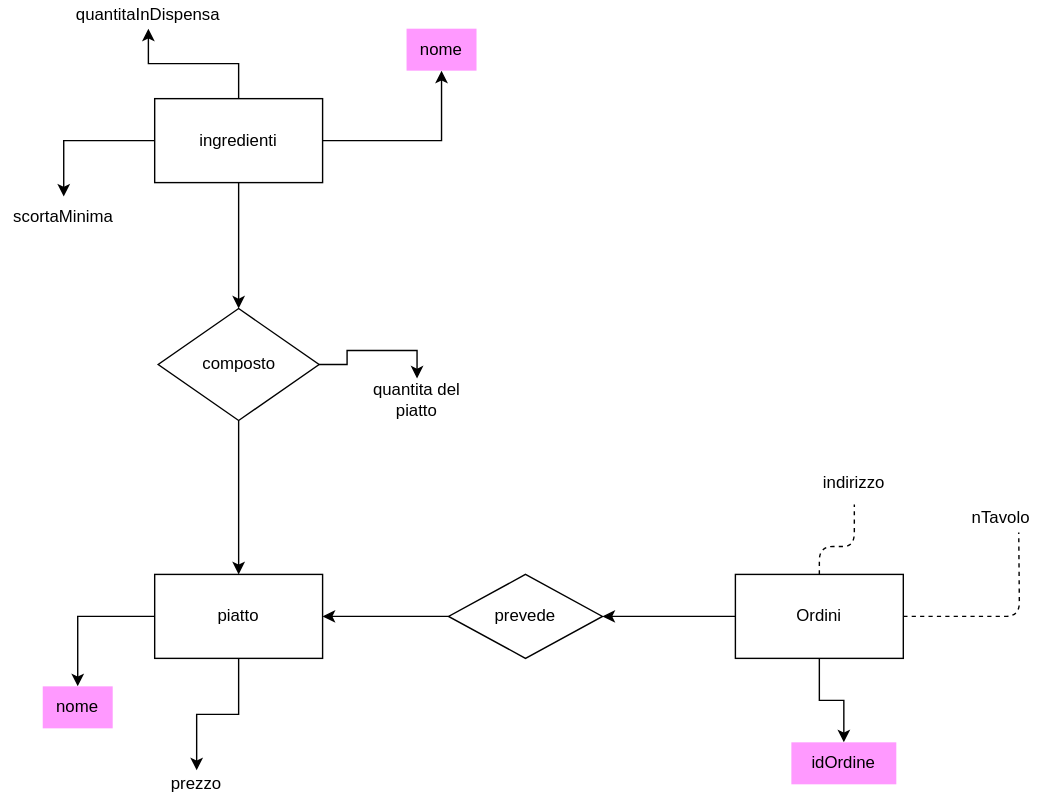
The draw.io diagram E-R_diagram.svg in Santeenee/ExamProject, before a commit. Source tidied: cells renumbered, new cells last; positions are measured from the earlier drawing's top-left corner, leaving out a move shared by most shapes.
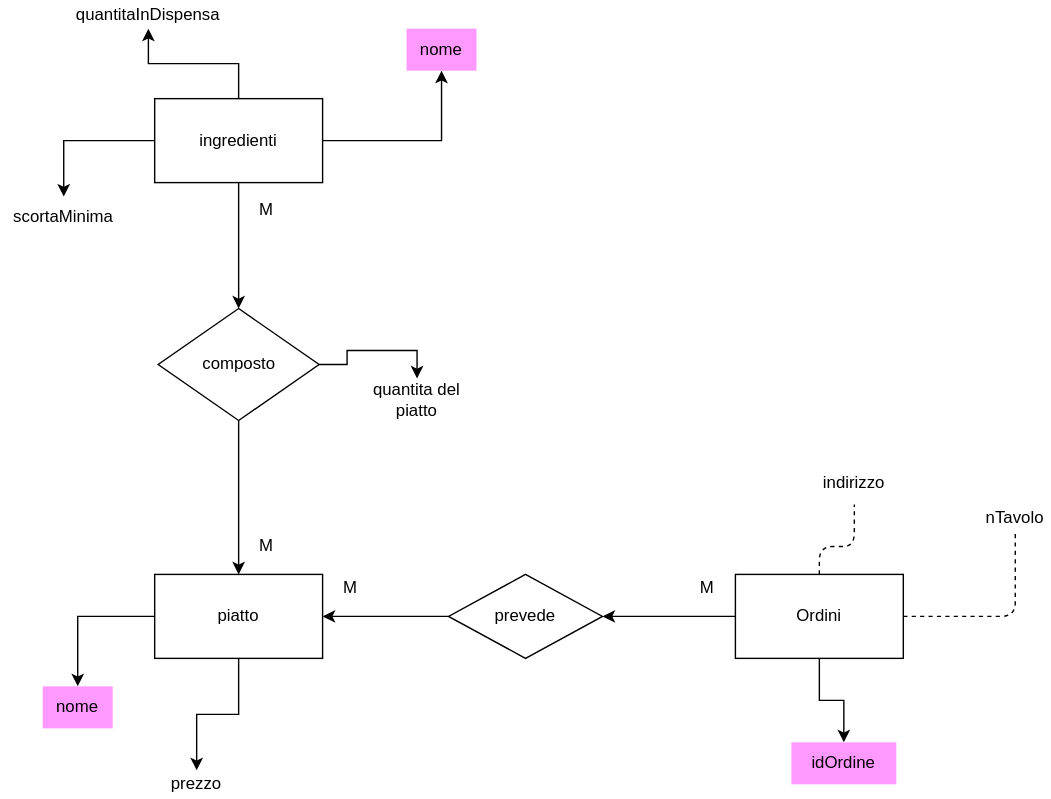
After the commit.

Diff of the diagram source:
```diff
@@ -36,7 +36,7 @@
       <mxGeometry x="320" y="410" width="110" height="60" as="geometry" />
     </mxCell>
     <mxCell id="13" value="nTavolo" style="text;html=1;strokeColor=none;fillColor=none;align=center;verticalAlign=middle;whiteSpace=wrap;rounded=0;" parent="1" vertex="1">
-      <mxGeometry x="690" y="360" width="50" height="20" as="geometry" />
+      <mxGeometry x="700" y="360" width="50" height="20" as="geometry" />
     </mxCell>
     <mxCell id="14" style="edgeStyle=orthogonalEdgeStyle;rounded=0;jettySize=auto;html=1;" parent="1" edge="1" source="18" target="19">
       <mxGeometry relative="1" as="geometry" />
@@ -82,15 +82,27 @@
         </Array>
       </mxGeometry>
     </mxCell>
-    <mxCell id="27" style="endArrow=none;dashed=1;html=1;exitX=1;exitY=0.5;exitDx=0;exitDy=0;entryX=0.75;entryY=1;entryDx=0;entryDy=0;" parent="1" edge="1" source="4" target="13">
+    <mxCell id="27" style="endArrow=none;dashed=1;html=1;exitX=1;exitY=0.5;exitDx=0;exitDy=0;entryX=0.5;entryY=1;entryDx=0;entryDy=0;" parent="1" edge="1" source="4" target="13">
       <mxGeometry relative="1" as="geometry">
         <Array as="points">
-          <mxPoint x="728" y="440" />
+          <mxPoint x="725" y="440" />
         </Array>
       </mxGeometry>
     </mxCell>
     <mxCell id="28" value="nome" style="text;html=1;strokeColor=none;fillColor=#FF99FF;align=center;verticalAlign=middle;whiteSpace=wrap;rounded=0;" parent="1" vertex="1">
       <mxGeometry x="290" y="20" width="50" height="30" as="geometry" />
     </mxCell>
+    <mxCell id="29" value="M" style="text;html=1;strokeColor=none;fillColor=none;align=center;verticalAlign=middle;whiteSpace=wrap;rounded=0;" parent="1" vertex="1">
+      <mxGeometry x="170" y="380" width="40" height="20" as="geometry" />
+    </mxCell>
+    <mxCell id="30" value="M" style="text;html=1;strokeColor=none;fillColor=none;align=center;verticalAlign=middle;whiteSpace=wrap;rounded=0;" parent="1" vertex="1">
+      <mxGeometry x="170" y="140" width="40" height="20" as="geometry" />
+    </mxCell>
+    <mxCell id="31" value="M" style="text;html=1;strokeColor=none;fillColor=none;align=center;verticalAlign=middle;whiteSpace=wrap;rounded=0;" parent="1" vertex="1">
+      <mxGeometry x="230" y="410" width="40" height="20" as="geometry" />
+    </mxCell>
+    <mxCell id="32" value="M" style="text;html=1;strokeColor=none;fillColor=none;align=center;verticalAlign=middle;whiteSpace=wrap;rounded=0;" parent="1" vertex="1">
+      <mxGeometry x="485" y="410" width="40" height="20" as="geometry" />
+    </mxCell>
   </root>
 </mxGraphModel>
```
